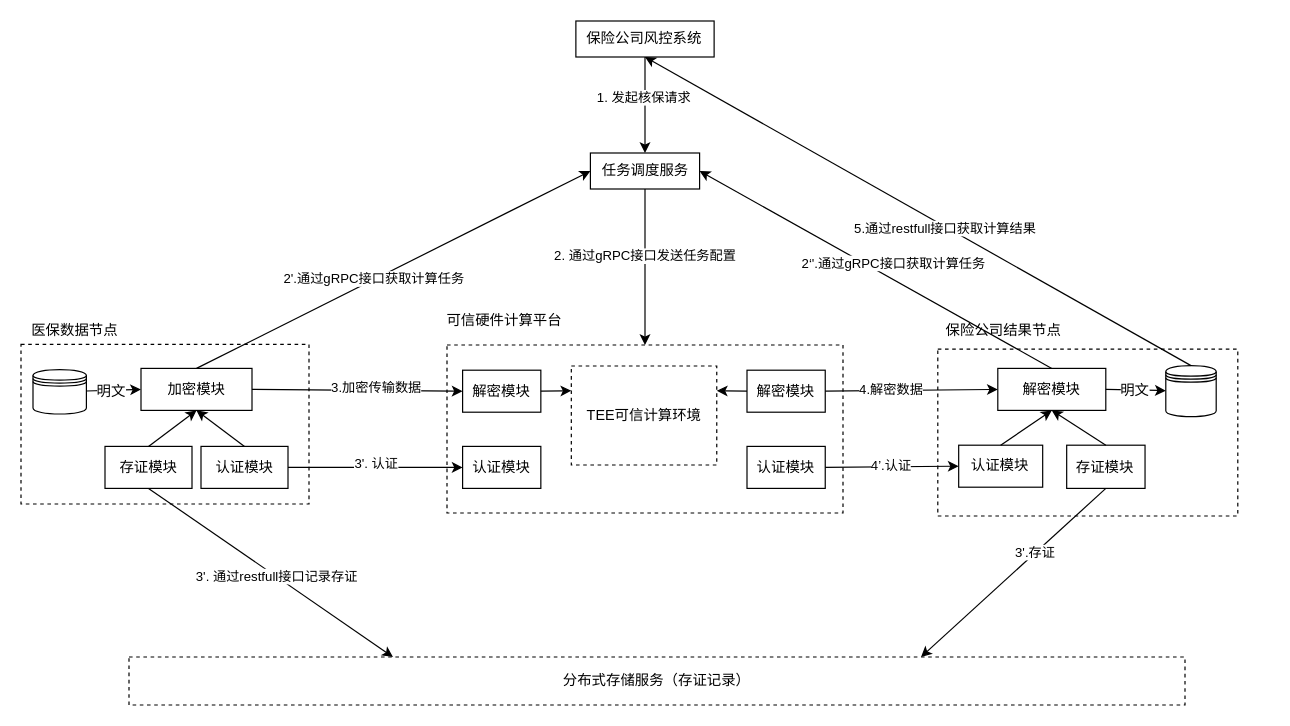
This is tee.drawio from yankaili2006/drawing_io, a draw.io file, before an edit. Source tidied: cells renumbered, new cells numbered last; positions are measured from the earlier drawing's top-left corner, leaving out a move shared by most shapes. Both pictures are drawn from the tidied source at 120%, with x=0, y=0 at pixel (20, 20).
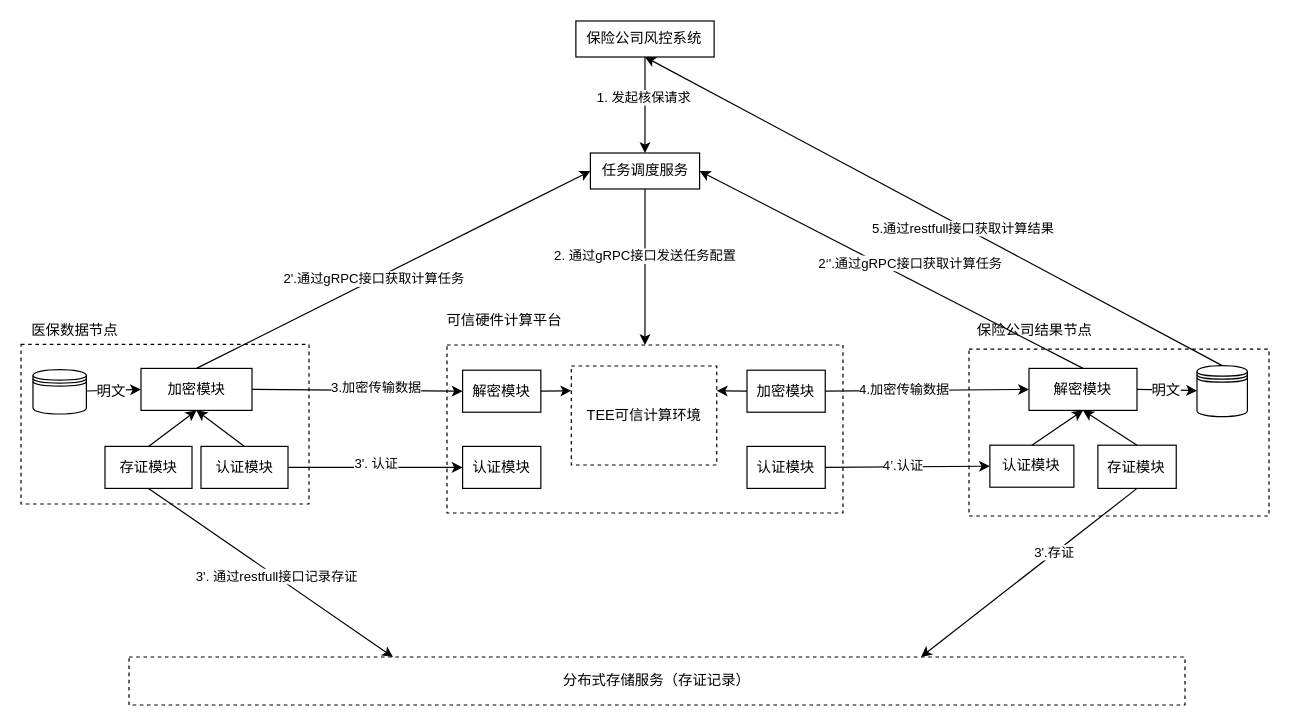
Above is the later version.

Unchanged cells that the change refers to:
```xml
<mxCell id="50" style="endArrow=classic;html=1;entryX=0;entryY=0.5;entryDx=0;entryDy=0;exitX=1;exitY=0.5;exitDx=0;exitDy=0;" parent="1" edge="1" source="42" target="16">
  <mxGeometry relative="1" as="geometry" />
</mxCell>
```

Diff of the diagram source:
```diff
@@
     <mxCell id="4" style="rounded=0;whiteSpace=wrap;html=1;dashed=1;" parent="1" vertex="1">
-      <mxGeometry x="764" y="273.5" width="250" height="139" as="geometry" />
+      <mxGeometry x="790" y="273.5" width="250" height="139" as="geometry" />
     </mxCell>
@@
     <mxCell id="16" value="解密模块" style="rounded=0;whiteSpace=wrap;html=1;" parent="1" vertex="1">
-      <mxGeometry x="814" y="289.5" width="90" height="35" as="geometry" />
+      <mxGeometry x="840" y="289.5" width="90" height="35" as="geometry" />
     </mxCell>
     <mxCell id="17" value="存证模块" style="rounded=0;whiteSpace=wrap;html=1;fillColor=none;" parent="1" vertex="1">
-      <mxGeometry x="871.4" y="353.5" width="65.3" height="36" as="geometry" />
+      <mxGeometry x="897.4" y="353.5" width="65.3" height="36" as="geometry" />
     </mxCell>
     <mxCell id="18" style="shape=datastore;whiteSpace=wrap;html=1;" parent="1" vertex="1">
-      <mxGeometry x="954" y="287.2" width="42" height="42.5" as="geometry" />
+      <mxGeometry x="980" y="287.2" width="42" height="42.5" as="geometry" />
     </mxCell>
@@
     <mxCell id="21" value="保险公司结果节点" style="text;html=1;strokeColor=none;fillColor=none;align=center;verticalAlign=middle;whiteSpace=wrap;rounded=0;" parent="1" vertex="1">
-      <mxGeometry x="764" y="247.5" width="110" height="20" as="geometry" />
+      <mxGeometry x="790" y="247.5" width="110" height="20" as="geometry" />
     </mxCell>
@@
     <mxCell id="39" value="认证模块" style="rounded=0;whiteSpace=wrap;html=1;" parent="1" vertex="1">
-      <mxGeometry x="781.4" y="353.5" width="70" height="35" as="geometry" />
+      <mxGeometry x="807.4" y="353.5" width="70" height="35" as="geometry" />
     </mxCell>
@@
-    <mxCell id="42" value="解密模块" style="rounded=0;whiteSpace=wrap;html=1;" parent="1" vertex="1">
+    <mxCell id="42" value="加密模块" style="rounded=0;whiteSpace=wrap;html=1;" parent="1" vertex="1">
       <mxGeometry x="605" y="291" width="65.2" height="35" as="geometry" />
     </mxCell>
@@
-    <mxCell id="51" value="4.解密数据" style="edgeLabel;html=1;align=center;verticalAlign=middle;" parent="50" vertex="1">
+    <mxCell id="51" value="4.加密传输数据" style="edgeLabel;html=1;align=center;verticalAlign=middle;" parent="50" vertex="1">
       <mxGeometry x="-0.15" y="3" relative="1" as="geometry">
         <mxPoint x="-6.2" y="2.1" as="offset" />
       </mxGeometry>
     </mxCell>
```
